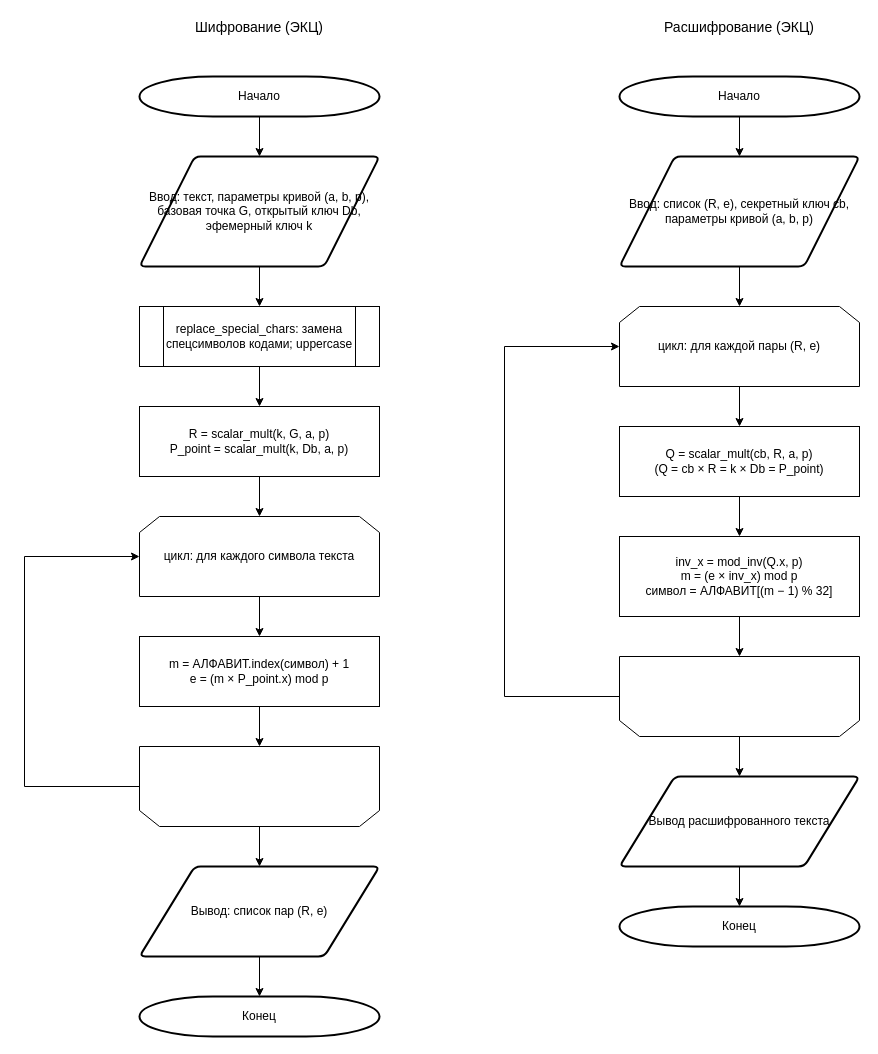
Earlier version of the draw.io diagram ecc_diagram.drawio (Laincetta/mospolytech-cryptography). Source tidied: cells renumbered, new cells numbered last; positions are measured from the earlier drawing's top-left corner, leaving out a move shared by most shapes. Both pictures are drawn from the tidied source at 100%, with x=0, y=0 at pixel (24, 17).
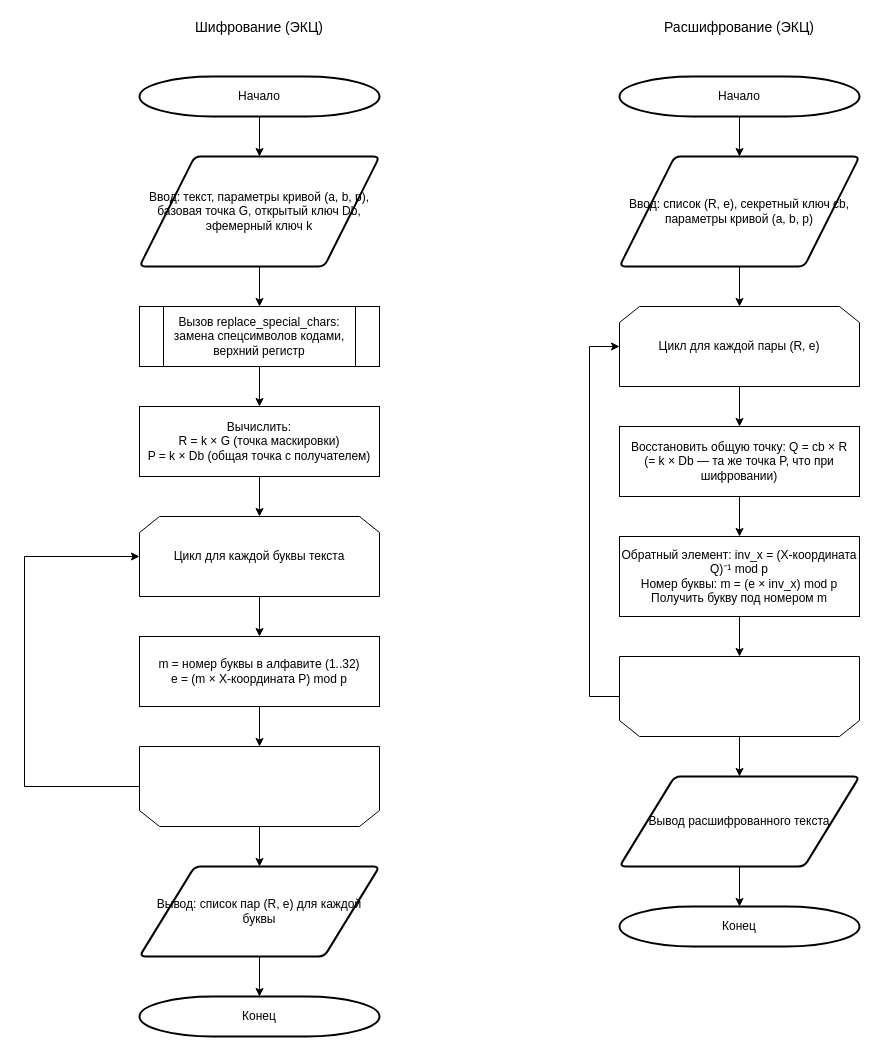
The same diagram, later.

Unchanged cells that the change refers to:
```xml
<mxCell id="29" style="text;html=1;whiteSpace=wrap;strokeColor=none;fillColor=none;opacity=0;" parent="1" vertex="1">
  <mxGeometry x="595" y="639" width="240" height="80" as="geometry" />
</mxCell>
```

Diff of the diagram source:
```diff
@@
-    <mxCell id="5" value="replace_special_chars: замена спецсимволов кодами; uppercase" style="shape=process;whiteSpace=wrap;html=1;backgroundOutline=1;" parent="1" vertex="1">
+    <mxCell id="5" value="Вызов replace_special_chars:&#10;замена спецсимволов кодами, верхний регистр" style="shape=process;whiteSpace=wrap;html=1;backgroundOutline=1;" parent="1" vertex="1">
       <mxGeometry x="115" y="289" width="240" height="60" as="geometry" />
     </mxCell>
-    <mxCell id="6" value="R = scalar_mult(k, G, a, p)&#10;P_point = scalar_mult(k, Db, a, p)" style="rounded=0;whiteSpace=wrap;html=1;" parent="1" vertex="1">
+    <mxCell id="6" value="Вычислить:&#10;R = k × G (точка маскировки)&#10;P = k × Db (общая точка с получателем)" style="rounded=0;whiteSpace=wrap;html=1;" parent="1" vertex="1">
       <mxGeometry x="115" y="389" width="240" height="70" as="geometry" />
     </mxCell>
-    <mxCell id="7" value="цикл: для каждого символа текста" style="shape=loopLimit;whiteSpace=wrap;html=1;" parent="1" vertex="1">
+    <mxCell id="7" value="Цикл для каждой буквы текста" style="shape=loopLimit;whiteSpace=wrap;html=1;" parent="1" vertex="1">
       <mxGeometry x="115" y="499" width="240" height="80" as="geometry" />
     </mxCell>
-    <mxCell id="8" value="m = АЛФАВИТ.index(символ) + 1&#10;e = (m × P_point.x) mod p" style="rounded=0;whiteSpace=wrap;html=1;" parent="1" vertex="1">
+    <mxCell id="8" value="m = номер буквы в алфавите (1..32)&#10;e = (m × X-координата P) mod p" style="rounded=0;whiteSpace=wrap;html=1;" parent="1" vertex="1">
       <mxGeometry x="115" y="619" width="240" height="70" as="geometry" />
     </mxCell>
@@
-    <mxCell id="11" value="Вывод: список пар (R, e)" style="shape=parallelogram;html=1;strokeWidth=2;perimeter=parallelogramPerimeter;whiteSpace=wrap;rounded=1;arcSize=12;size=0.23;" parent="1" vertex="1">
+    <mxCell id="11" value="Вывод: список пар (R, e) для каждой буквы" style="shape=parallelogram;html=1;strokeWidth=2;perimeter=parallelogramPerimeter;whiteSpace=wrap;rounded=1;arcSize=12;size=0.23;" parent="1" vertex="1">
       <mxGeometry x="115" y="849" width="240" height="90" as="geometry" />
     </mxCell>
@@
-    <mxCell id="25" value="цикл: для каждой пары (R, e)" style="shape=loopLimit;whiteSpace=wrap;html=1;" parent="1" vertex="1">
+    <mxCell id="25" value="Цикл для каждой пары (R, e)" style="shape=loopLimit;whiteSpace=wrap;html=1;" parent="1" vertex="1">
       <mxGeometry x="595" y="289" width="240" height="80" as="geometry" />
     </mxCell>
-    <mxCell id="26" value="Q = scalar_mult(cb, R, a, p)&#10;(Q = cb × R = k × Db = P_point)" style="rounded=0;whiteSpace=wrap;html=1;" parent="1" vertex="1">
+    <mxCell id="26" value="Восстановить общую точку: Q = cb × R&#10;(= k × Db — та же точка P, что при шифровании)" style="rounded=0;whiteSpace=wrap;html=1;" parent="1" vertex="1">
       <mxGeometry x="595" y="409" width="240" height="70" as="geometry" />
     </mxCell>
-    <mxCell id="27" value="inv_x = mod_inv(Q.x, p)&#10;m = (e × inv_x) mod p&#10;символ = АЛФАВИТ[(m − 1) % 32]" style="rounded=0;whiteSpace=wrap;html=1;" parent="1" vertex="1">
+    <mxCell id="27" value="Обратный элемент: inv_x = (X-координата Q)⁻¹ mod p&#10;Номер буквы: m = (e × inv_x) mod p&#10;Получить букву под номером m" style="rounded=0;whiteSpace=wrap;html=1;" parent="1" vertex="1">
       <mxGeometry x="595" y="519" width="240" height="80" as="geometry" />
     </mxCell>
@@
     <mxCell id="37" style="edgeStyle=orthogonalEdgeStyle;rounded=0;jettySize=auto;html=1;exitX=0;exitY=0.5;exitDx=0;exitDy=0;entryX=0;entryY=0.5;entryDx=0;entryDy=0;" parent="1" edge="1" source="29" target="25">
       <mxGeometry relative="1" as="geometry">
         <Array as="points">
-          <mxPoint x="480" y="679" />
-          <mxPoint x="480" y="329" />
+          <mxPoint x="565" y="679" />
+          <mxPoint x="565" y="329" />
         </Array>
       </mxGeometry>
     </mxCell>
```
